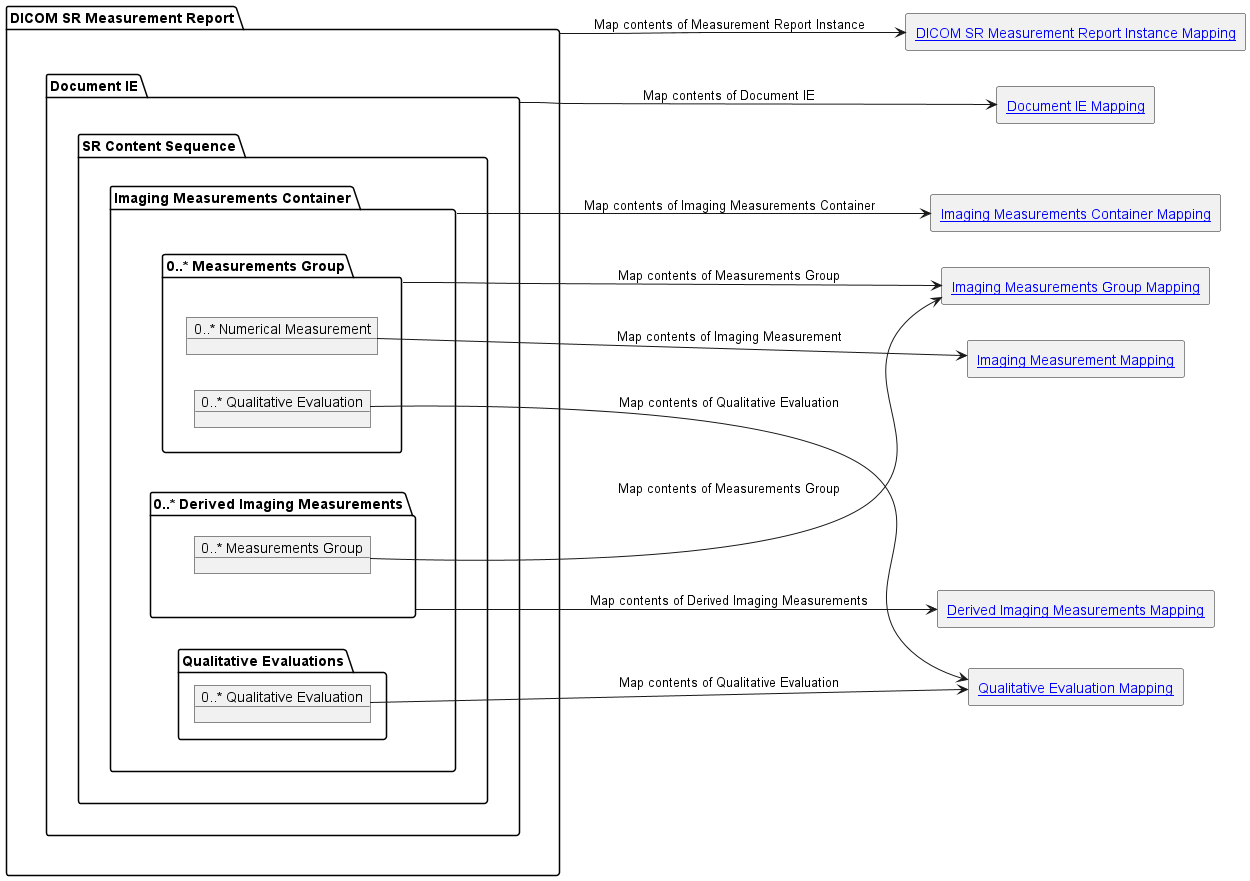
This is input/images/dicom_sr_measurement_report_mapping_overview.png from HL7/dicom-sr, a PlantUML export, as it was before one commit.
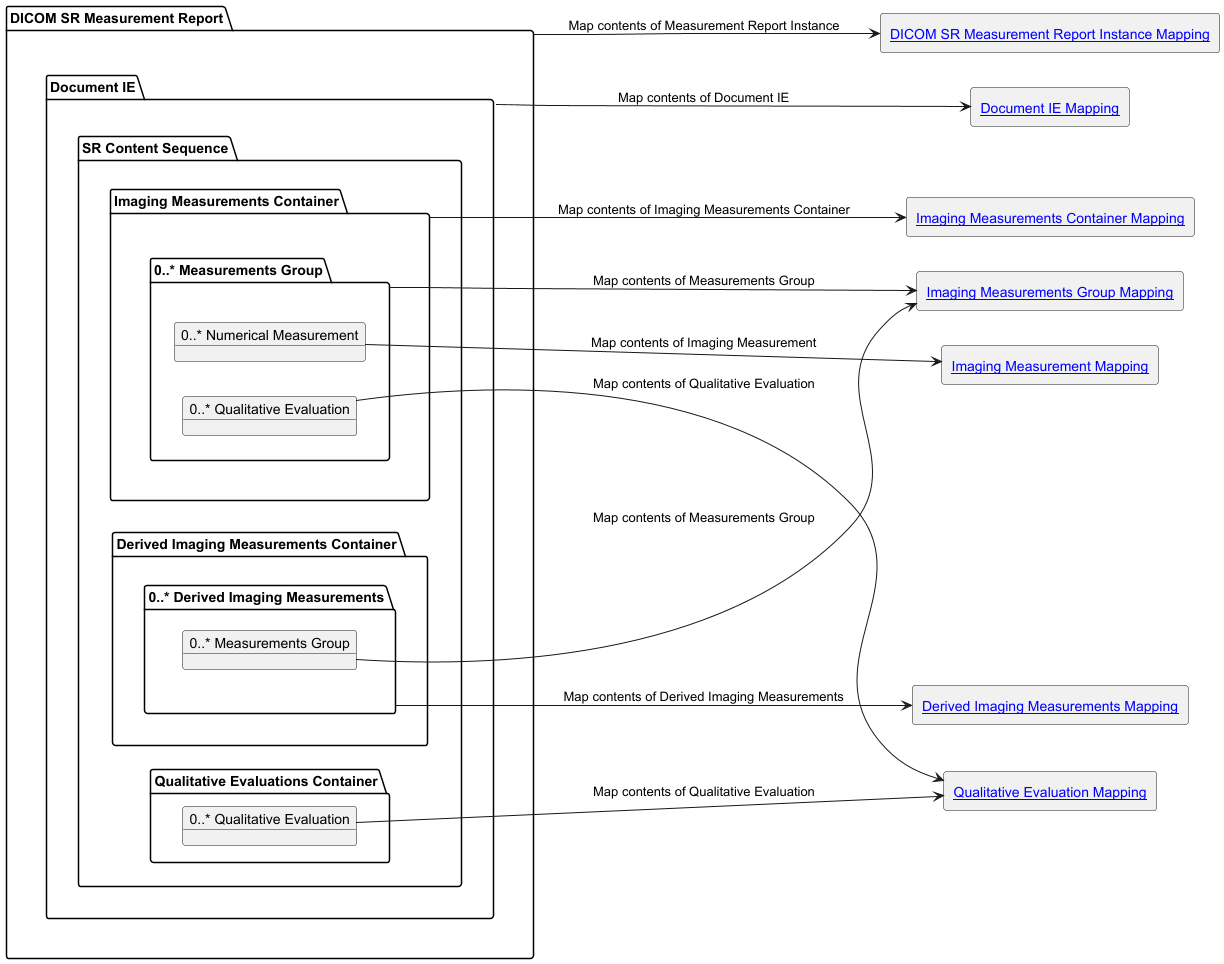
After the commit.

The edit, as a diff of the source:
```diff
@@ -10,12 +10,14 @@
                     object "0..* Numerical Measurement" as numericalMeasurement
                     object "0..* Qualitative Evaluation" as measurementGroupQualitativeEvaluation
                 }
+            }
+            package "Derived Imaging Measurements Container" as derivedImagingMeasurementsContainer {
                 package "0..* Derived Imaging Measurements" as derivedImagingMeasurements {
                     object "0..* Measurements Group" as derivedMeasurementsGroup
                 }
-                package "Qualitative Evaluations" as qualitativeEvaluations {
-                    object "0..* Qualitative Evaluation" as qualitativeEvaluation
-                }
+            }
+            package "Qualitative Evaluations Container" as qualitativeEvaluationsContainer {
+                object "0..* Qualitative Evaluation" as qualitativeEvaluation
             }
         }
     }
```
